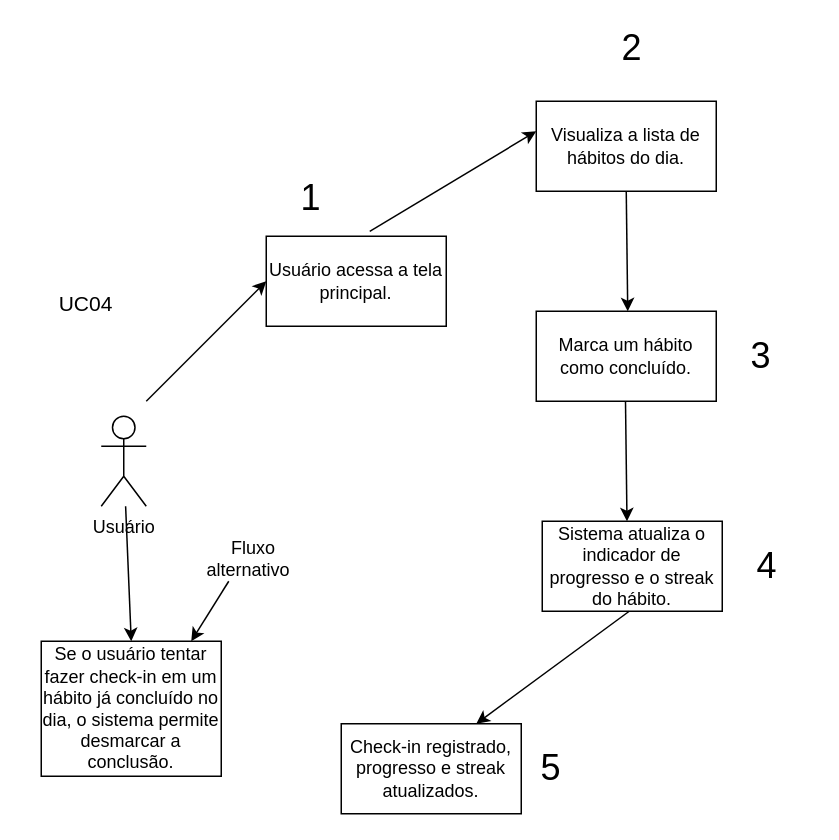
Earlier version of the draw.io diagram docs/diagramas_uml/diagramas_uc/uc4.drawio (lorenzodp-dev/HabitDisc). Source tidied: cells renumbered, new cells numbered last; positions are measured from the earlier drawing's top-left corner, leaving out a move shared by most shapes. Both pictures are drawn from the tidied source at 150%, with x=0, y=0 at pixel (40, 26).
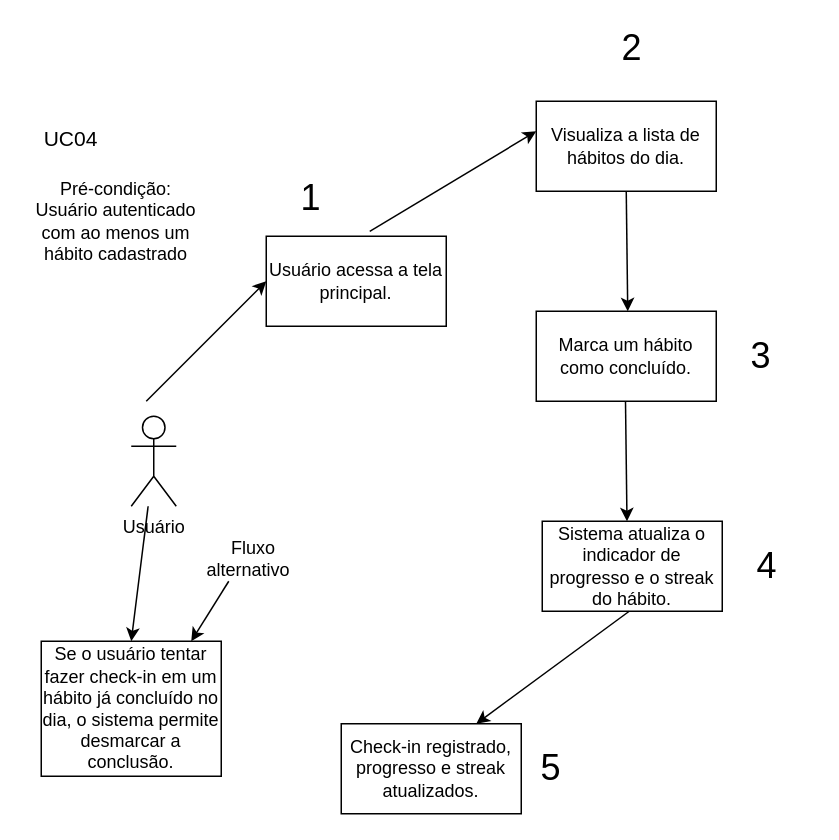
The same diagram, later.

Change to the diagram source:
```diff
@@
     <mxCell id="2" value="Usuário" style="shape=umlActor;verticalLabelPosition=bottom;verticalAlign=top;html=1;outlineConnect=0;" parent="1" vertex="1">
-      <mxGeometry x="40" y="260" width="30" height="60" as="geometry" />
+      <mxGeometry x="60" y="260" width="30" height="60" as="geometry" />
     </mxCell>
@@
     <mxCell id="22" value="&lt;font style=&quot;font-size: 14px;&quot;&gt;UC04&lt;/font&gt;" style="text;html=1;whiteSpace=wrap;strokeColor=none;fillColor=none;align=center;verticalAlign=middle;rounded=0;" parent="1" vertex="1">
-      <mxGeometry y="170" width="60" height="30" as="geometry" />
+      <mxGeometry x="-10" y="60" width="60" height="30" as="geometry" />
     </mxCell>
+    <mxCell id="23" value="Pré-condição: Usuário autenticado com ao menos um hábito cadastrado" style="text;html=1;whiteSpace=wrap;strokeColor=none;fillColor=none;align=center;verticalAlign=middle;rounded=0;" parent="1" vertex="1">
+      <mxGeometry x="-10" y="100" width="120" height="60" as="geometry" />
+    </mxCell>
```
